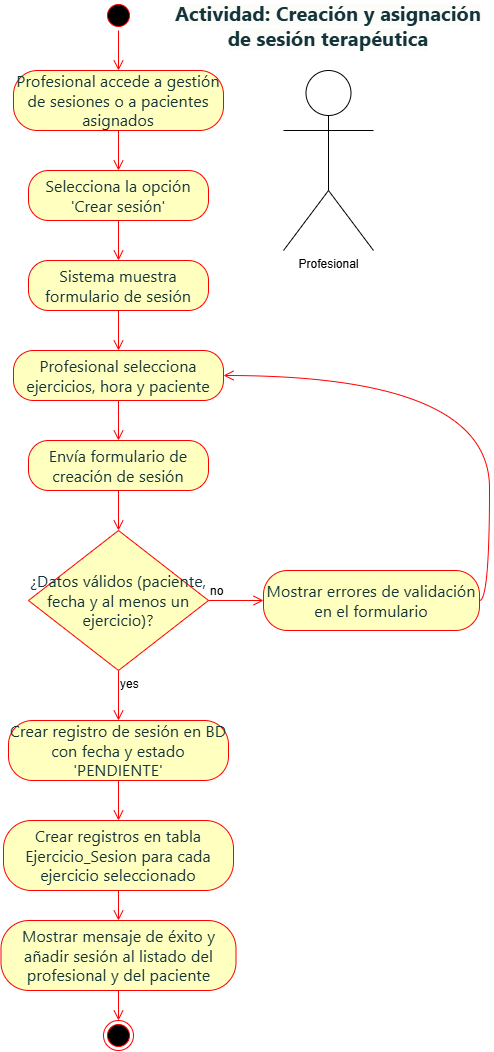
Above: doc/TerapiTrack_Documentación_Técnica/img/actividad_crear_asignar_sesion.png in lanchares/TerapiTrack (draw.io), before the change. Source tidied: cells renumbered, new cells last; positions are measured from the earlier drawing's top-left corner, leaving out a move shared by most shapes.
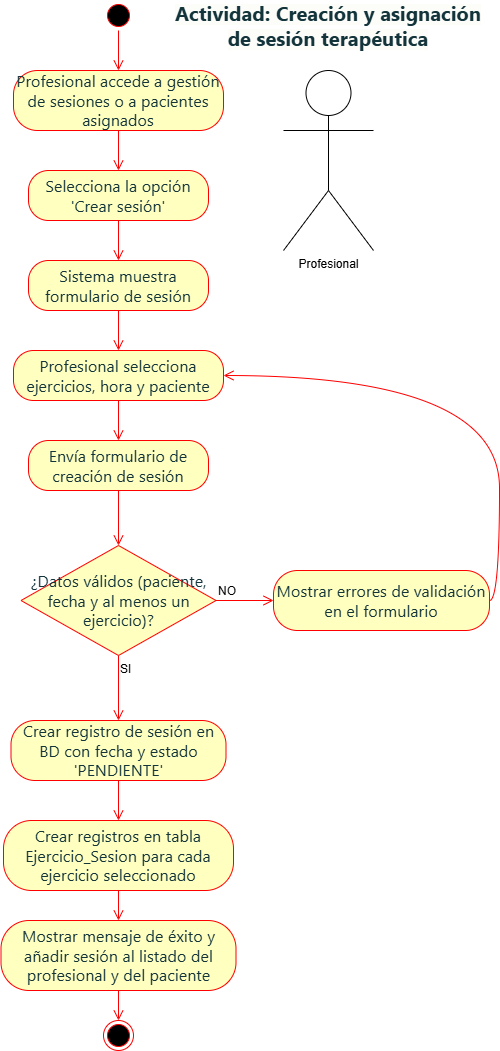
The same diagram one commit later.

The edit, as a diff of the source:
```diff
@@ -45,22 +45,22 @@
       <mxGeometry relative="1" as="geometry" />
     </mxCell>
     <mxCell id="16" value="&lt;span style=&quot;color: oklch(0.3039 0.04 213.68); font-family: fkGroteskNeue, ui-sans-serif, system-ui, -apple-system, BlinkMacSystemFont, &amp;quot;Segoe UI&amp;quot;, Roboto, &amp;quot;Helvetica Neue&amp;quot;, Arial, &amp;quot;Noto Sans&amp;quot;, sans-serif, &amp;quot;Apple Color Emoji&amp;quot;, &amp;quot;Segoe UI Emoji&amp;quot;, &amp;quot;Segoe UI Symbol&amp;quot;, &amp;quot;Noto Color Emoji&amp;quot;, &amp;quot;Hiragino Sans&amp;quot;, &amp;quot;PingFang SC&amp;quot;, &amp;quot;Apple SD Gothic Neo&amp;quot;, &amp;quot;Yu Gothic&amp;quot;, &amp;quot;Microsoft YaHei&amp;quot;, &amp;quot;Microsoft JhengHei&amp;quot;, Meiryo; font-size: 16px; letter-spacing: 0.08px; text-align: start;&quot;&gt;¿Datos válidos (paciente, fecha y al menos un ejercicio)?&lt;/span&gt;" style="rhombus;whiteSpace=wrap;html=1;fontColor=#000000;fillColor=#ffffc0;strokeColor=#ff0000;" parent="1" vertex="1">
-      <mxGeometry x="27" y="530" width="180" height="140" as="geometry" />
+      <mxGeometry x="19.5" y="545" width="195" height="110" as="geometry" />
     </mxCell>
-    <mxCell id="17" value="no" style="edgeStyle=orthogonalEdgeStyle;html=1;align=left;verticalAlign=bottom;endArrow=open;endSize=8;strokeColor=#ff0000;rounded=0;fontSize=12;curved=1;entryX=0;entryY=0.5;entryDx=0;entryDy=0;" parent="1" edge="1" source="16" target="19">
+    <mxCell id="17" value="NO" style="edgeStyle=orthogonalEdgeStyle;html=1;align=left;verticalAlign=bottom;endArrow=open;endSize=8;strokeColor=#ff0000;rounded=0;fontSize=12;curved=1;entryX=0;entryY=0.5;entryDx=0;entryDy=0;" parent="1" edge="1" source="16" target="19">
       <mxGeometry x="-1" relative="1" as="geometry" />
     </mxCell>
-    <mxCell id="18" value="yes" style="edgeStyle=orthogonalEdgeStyle;html=1;align=left;verticalAlign=top;endArrow=open;endSize=8;strokeColor=#ff0000;rounded=0;fontSize=12;curved=1;entryX=0.5;entryY=0;entryDx=0;entryDy=0;" parent="1" edge="1" source="16" target="21">
+    <mxCell id="18" value="SI" style="edgeStyle=orthogonalEdgeStyle;html=1;align=left;verticalAlign=top;endArrow=open;endSize=8;strokeColor=#ff0000;rounded=0;fontSize=12;curved=1;entryX=0.5;entryY=0;entryDx=0;entryDy=0;" parent="1" edge="1" source="16" target="21">
       <mxGeometry x="-1" relative="1" as="geometry" />
     </mxCell>
     <mxCell id="19" value="&lt;span style=&quot;color: oklch(0.3039 0.04 213.68); font-family: fkGroteskNeue, ui-sans-serif, system-ui, -apple-system, BlinkMacSystemFont, &amp;quot;Segoe UI&amp;quot;, Roboto, &amp;quot;Helvetica Neue&amp;quot;, Arial, &amp;quot;Noto Sans&amp;quot;, sans-serif, &amp;quot;Apple Color Emoji&amp;quot;, &amp;quot;Segoe UI Emoji&amp;quot;, &amp;quot;Segoe UI Symbol&amp;quot;, &amp;quot;Noto Color Emoji&amp;quot;, &amp;quot;Hiragino Sans&amp;quot;, &amp;quot;PingFang SC&amp;quot;, &amp;quot;Apple SD Gothic Neo&amp;quot;, &amp;quot;Yu Gothic&amp;quot;, &amp;quot;Microsoft YaHei&amp;quot;, &amp;quot;Microsoft JhengHei&amp;quot;, Meiryo; font-size: 16px; letter-spacing: 0.08px; text-align: start;&quot;&gt;Mostrar errores de validación en el formulario&lt;/span&gt;" style="rounded=1;whiteSpace=wrap;html=1;arcSize=40;fontColor=#000000;fillColor=#ffffc0;strokeColor=#ff0000;" parent="1" vertex="1">
-      <mxGeometry x="262" y="570" width="216" height="60" as="geometry" />
+      <mxGeometry x="272" y="570" width="216" height="60" as="geometry" />
     </mxCell>
     <mxCell id="20" style="edgeStyle=orthogonalEdgeStyle;html=1;verticalAlign=bottom;endArrow=open;endSize=8;strokeColor=#ff0000;rounded=0;fontSize=12;curved=1;entryX=1;entryY=0.5;entryDx=0;entryDy=0;exitX=1;exitY=0.5;exitDx=0;exitDy=0;" parent="1" edge="1" source="19" target="12">
       <mxGeometry relative="1" as="geometry" />
     </mxCell>
     <mxCell id="21" value="&lt;span style=&quot;color: oklch(0.3039 0.04 213.68); font-family: fkGroteskNeue, ui-sans-serif, system-ui, -apple-system, BlinkMacSystemFont, &amp;quot;Segoe UI&amp;quot;, Roboto, &amp;quot;Helvetica Neue&amp;quot;, Arial, &amp;quot;Noto Sans&amp;quot;, sans-serif, &amp;quot;Apple Color Emoji&amp;quot;, &amp;quot;Segoe UI Emoji&amp;quot;, &amp;quot;Segoe UI Symbol&amp;quot;, &amp;quot;Noto Color Emoji&amp;quot;, &amp;quot;Hiragino Sans&amp;quot;, &amp;quot;PingFang SC&amp;quot;, &amp;quot;Apple SD Gothic Neo&amp;quot;, &amp;quot;Yu Gothic&amp;quot;, &amp;quot;Microsoft YaHei&amp;quot;, &amp;quot;Microsoft JhengHei&amp;quot;, Meiryo; font-size: 16px; letter-spacing: 0.08px; text-align: start;&quot;&gt;Crear registro de sesión en BD con fecha y estado 'PENDIENTE'&lt;/span&gt;" style="rounded=1;whiteSpace=wrap;html=1;arcSize=40;fontColor=#000000;fillColor=#ffffc0;strokeColor=#ff0000;" parent="1" vertex="1">
-      <mxGeometry x="7" y="720" width="220" height="60" as="geometry" />
+      <mxGeometry x="9.5" y="720" width="215" height="60" as="geometry" />
     </mxCell>
     <mxCell id="22" style="edgeStyle=orthogonalEdgeStyle;html=1;verticalAlign=bottom;endArrow=open;endSize=8;strokeColor=#ff0000;rounded=0;fontSize=12;curved=1;entryX=0.5;entryY=0;entryDx=0;entryDy=0;" parent="1" edge="1" source="21" target="23">
       <mxGeometry relative="1" as="geometry" />
```
